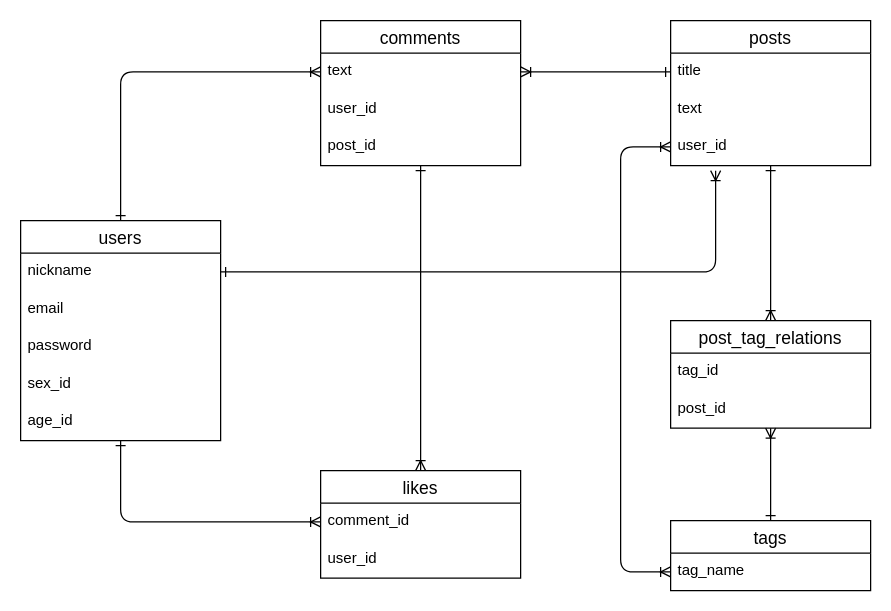
NorioYama/kaigo-commu keeps this draw.io diagram as er.dio. Above is the earlier version. Source tidied: cells renumbered, new cells numbered last; positions are measured from the earlier drawing's top-left corner, leaving out a move shared by most shapes. Both pictures are drawn from the tidied source at 125%, with x=0, y=0 at pixel (20, 20).
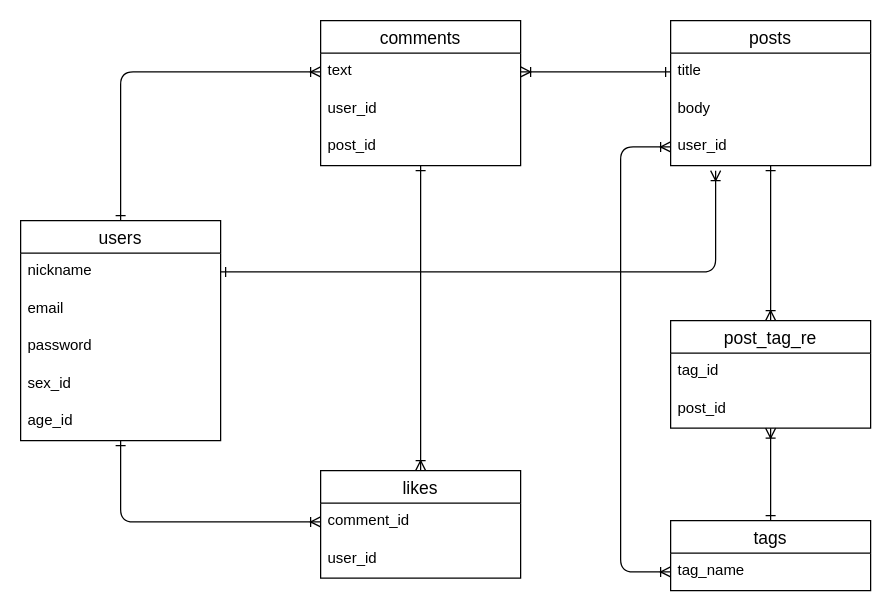
After the change.

The change refers to these unchanged cells:
```xml
<mxCell id="3" value="posts" style="swimlane;fontStyle=0;horizontal=1;startSize=26;align=center;fontSize=14;" parent="1" vertex="1">
  <mxGeometry x="520" width="160" height="116" as="geometry" />
</mxCell>
```

What changed in the source:
```diff
@@
-    <mxCell id="5" value="text&#10;" style="text;strokeColor=none;fillColor=none;spacingLeft=4;spacingRight=4;overflow=hidden;fontSize=12;" parent="3" vertex="1">
+    <mxCell id="5" value="body" style="text;strokeColor=none;fillColor=none;spacingLeft=4;spacingRight=4;overflow=hidden;fontSize=12;" parent="3" vertex="1">
       <mxGeometry y="56" width="160" height="30" as="geometry" />
     </mxCell>
@@
-    <mxCell id="10" value="post_tag_relations" style="swimlane;fontStyle=0;horizontal=1;startSize=26;align=center;fontSize=14;" parent="1" vertex="1">
+    <mxCell id="10" value="post_tag_re" style="swimlane;fontStyle=0;horizontal=1;startSize=26;align=center;fontSize=14;" parent="1" vertex="1">
       <mxGeometry x="520" y="240" width="160" height="86" as="geometry" />
     </mxCell>
```
